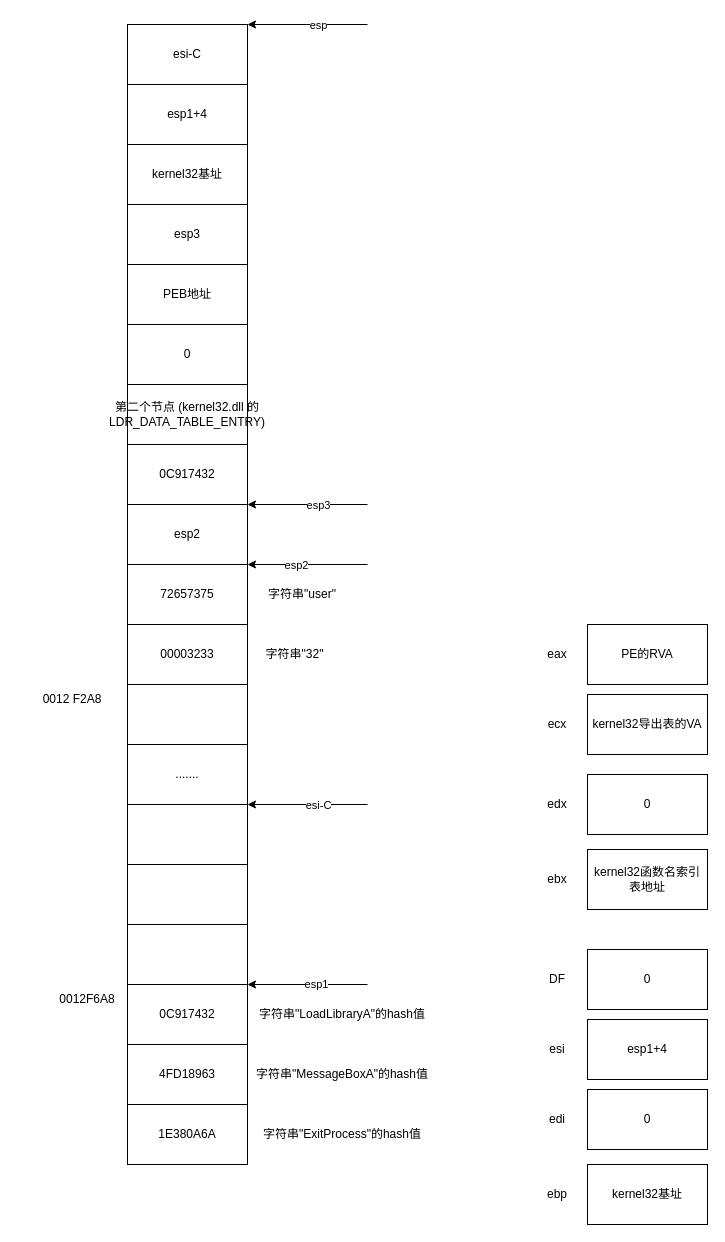
Above: images/new通用函数地址查找.drawio in medasz/medasz.github.io (draw.io), before the change. Source tidied: cells renumbered, new cells numbered last; positions are measured from the earlier drawing's top-left corner, leaving out a move shared by most shapes. Both pictures are drawn from the tidied source at 100%, with x=0, y=0 at pixel (17, 24).
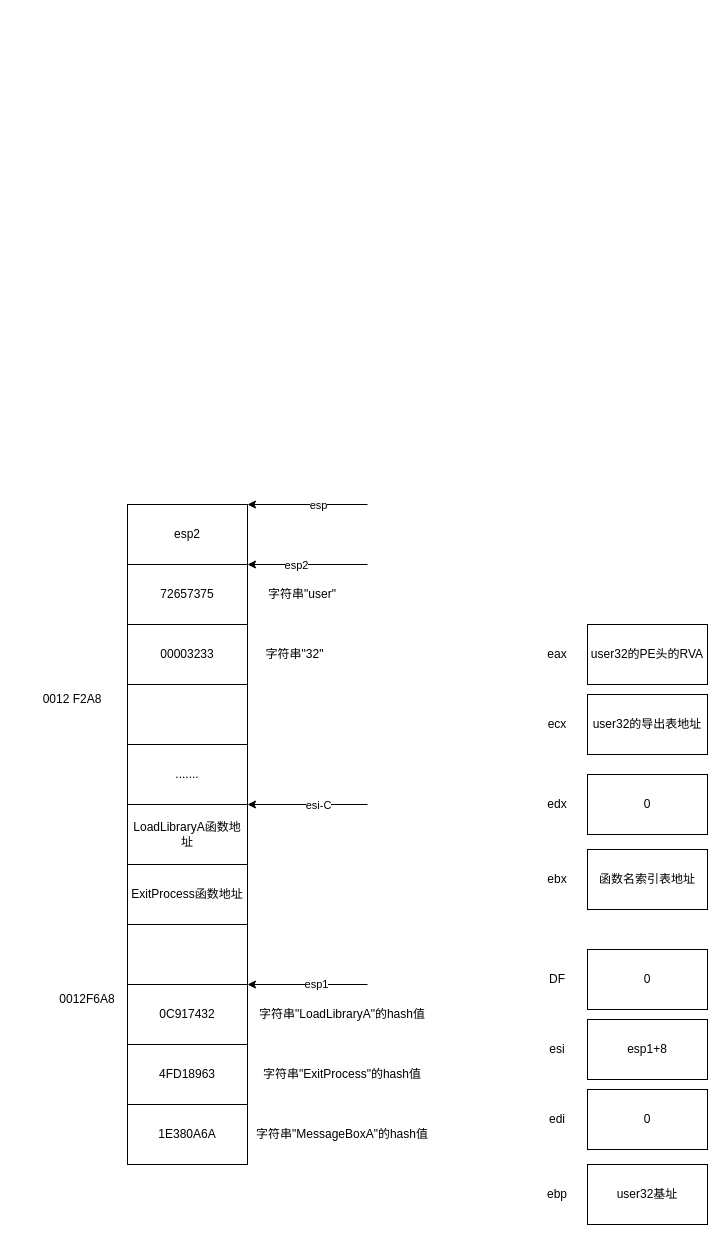
Above is the later version.

What changed in the source:
```diff
@@
-    <mxCell id="5" value="字符串&quot;ExitProcess&quot;的hash值" style="text;html=1;whiteSpace=wrap;strokeColor=none;fillColor=none;align=center;verticalAlign=middle;rounded=0;" parent="1" vertex="1">
+    <mxCell id="5" value="字符串&quot;MessageBoxA&quot;的hash值" style="text;html=1;whiteSpace=wrap;strokeColor=none;fillColor=none;align=center;verticalAlign=middle;rounded=0;" parent="1" vertex="1">
       <mxGeometry x="230" y="1095" width="190" height="30" as="geometry" />
     </mxCell>
@@
-    <mxCell id="7" value="字符串&quot;MessageBoxA&quot;的hash值" style="text;html=1;whiteSpace=wrap;strokeColor=none;fillColor=none;align=center;verticalAlign=middle;rounded=0;" parent="1" vertex="1">
+    <mxCell id="7" value="字符串&quot;ExitProcess&quot;的hash值" style="text;html=1;whiteSpace=wrap;strokeColor=none;fillColor=none;align=center;verticalAlign=middle;rounded=0;" parent="1" vertex="1">
       <mxGeometry x="230" y="1035" width="190" height="30" as="geometry" />
     </mxCell>
@@
-    <mxCell id="10" value="esp1+4" style="whiteSpace=wrap;html=1;" parent="1" vertex="1">
+    <mxCell id="10" value="esp1+8" style="whiteSpace=wrap;html=1;" parent="1" vertex="1">
       <mxGeometry x="570" y="995" width="120" height="60" as="geometry" />
     </mxCell>
@@
-    <mxCell id="17" style="whiteSpace=wrap;html=1;" parent="1" vertex="1">
+    <mxCell id="17" value="ExitProcess函数地址" style="whiteSpace=wrap;html=1;" parent="1" vertex="1">
       <mxGeometry x="110" y="840" width="120" height="60" as="geometry" />
     </mxCell>
-    <mxCell id="18" style="whiteSpace=wrap;html=1;" parent="1" vertex="1">
+    <mxCell id="18" value="LoadLibraryA函数地址" style="whiteSpace=wrap;html=1;" parent="1" vertex="1">
       <mxGeometry x="110" y="780" width="120" height="60" as="geometry" />
     </mxCell>
@@
-    <mxCell id="33" style="edgeStyle=none;orthogonalLoop=1;jettySize=auto;html=1;rounded=0;defaultLabelBackgroundColor=page;" parent="1" edge="1">
-      <mxGeometry relative="1" as="geometry">
-        <mxPoint x="350" y="480" as="sourcePoint" />
-        <mxPoint x="230" y="480" as="targetPoint" />
-      </mxGeometry>
-    </mxCell>
-    <mxCell id="34" value="esp3" style="edgeLabel;html=1;align=center;verticalAlign=middle;inheritText=1;defaultLabelBackgroundColor=page;" parent="33" vertex="1">
-      <mxGeometry x="-0.13" y="-1" relative="1" as="geometry">
-        <mxPoint x="2" y="1" as="offset" />
-      </mxGeometry>
-    </mxCell>
-    <mxCell id="35" value="kernel32函数名索引表地址" style="whiteSpace=wrap;html=1;" parent="1" vertex="1">
+    <mxCell id="35" value="函数名索引表地址" style="whiteSpace=wrap;html=1;" parent="1" vertex="1">
       <mxGeometry x="570" y="825" width="120" height="60" as="geometry" />
     </mxCell>
@@
-    <mxCell id="38" value="kernel32导出表的VA" style="whiteSpace=wrap;html=1;" parent="1" vertex="1">
+    <mxCell id="38" value="user32的导出表地址" style="whiteSpace=wrap;html=1;" parent="1" vertex="1">
       <mxGeometry x="570" y="670" width="120" height="60" as="geometry" />
     </mxCell>
@@
-    <mxCell id="40" value="kernel32基址" style="whiteSpace=wrap;html=1;" parent="1" vertex="1">
+    <mxCell id="40" value="user32基址" style="whiteSpace=wrap;html=1;" parent="1" vertex="1">
       <mxGeometry x="570" y="1140" width="120" height="60" as="geometry" />
     </mxCell>
@@
-    <mxCell id="42" value="PE的RVA" style="whiteSpace=wrap;html=1;" parent="1" vertex="1">
+    <mxCell id="42" value="user32的PE头的RVA" style="whiteSpace=wrap;html=1;" parent="1" vertex="1">
       <mxGeometry x="570" y="600" width="120" height="60" as="geometry" />
     </mxCell>
@@
-    <mxCell id="44" value="0C917432" style="whiteSpace=wrap;html=1;" parent="1" vertex="1">
-      <mxGeometry x="110" y="420" width="120" height="60" as="geometry" />
-    </mxCell>
     <mxCell id="45" style="edgeStyle=none;orthogonalLoop=1;jettySize=auto;html=1;rounded=0;defaultLabelBackgroundColor=page;" parent="1" edge="1">
       <mxGeometry relative="1" as="geometry">
-        <mxPoint x="350" as="sourcePoint" />
-        <mxPoint x="230" as="targetPoint" />
+        <mxPoint x="350" y="480" as="sourcePoint" />
+        <mxPoint x="230" y="480" as="targetPoint" />
       </mxGeometry>
     </mxCell>
@@
-    <mxCell id="47" value="第二个节点 (kernel32.dll 的 LDR_DATA_TABLE_ENTRY)" style="whiteSpace=wrap;html=1;" parent="1" vertex="1">
-      <mxGeometry x="110" y="360" width="120" height="60" as="geometry" />
-    </mxCell>
-    <mxCell id="48" value="0" style="whiteSpace=wrap;html=1;" parent="1" vertex="1">
-      <mxGeometry x="110" y="300" width="120" height="60" as="geometry" />
-    </mxCell>
-    <mxCell id="49" value="PEB地址" style="whiteSpace=wrap;html=1;" parent="1" vertex="1">
-      <mxGeometry x="110" y="240" width="120" height="60" as="geometry" />
-    </mxCell>
-    <mxCell id="50" value="esp3" style="whiteSpace=wrap;html=1;" parent="1" vertex="1">
-      <mxGeometry x="110" y="180" width="120" height="60" as="geometry" />
-    </mxCell>
-    <mxCell id="51" value="kernel32基址" style="whiteSpace=wrap;html=1;" parent="1" vertex="1">
-      <mxGeometry x="110" y="120" width="120" height="60" as="geometry" />
-    </mxCell>
-    <mxCell id="52" value="esp1+4" style="whiteSpace=wrap;html=1;" parent="1" vertex="1">
-      <mxGeometry x="110" y="60" width="120" height="60" as="geometry" />
-    </mxCell>
-    <mxCell id="53" value="esi-C" style="whiteSpace=wrap;html=1;" parent="1" vertex="1">
-      <mxGeometry x="110" width="120" height="60" as="geometry" />
-    </mxCell>
```
